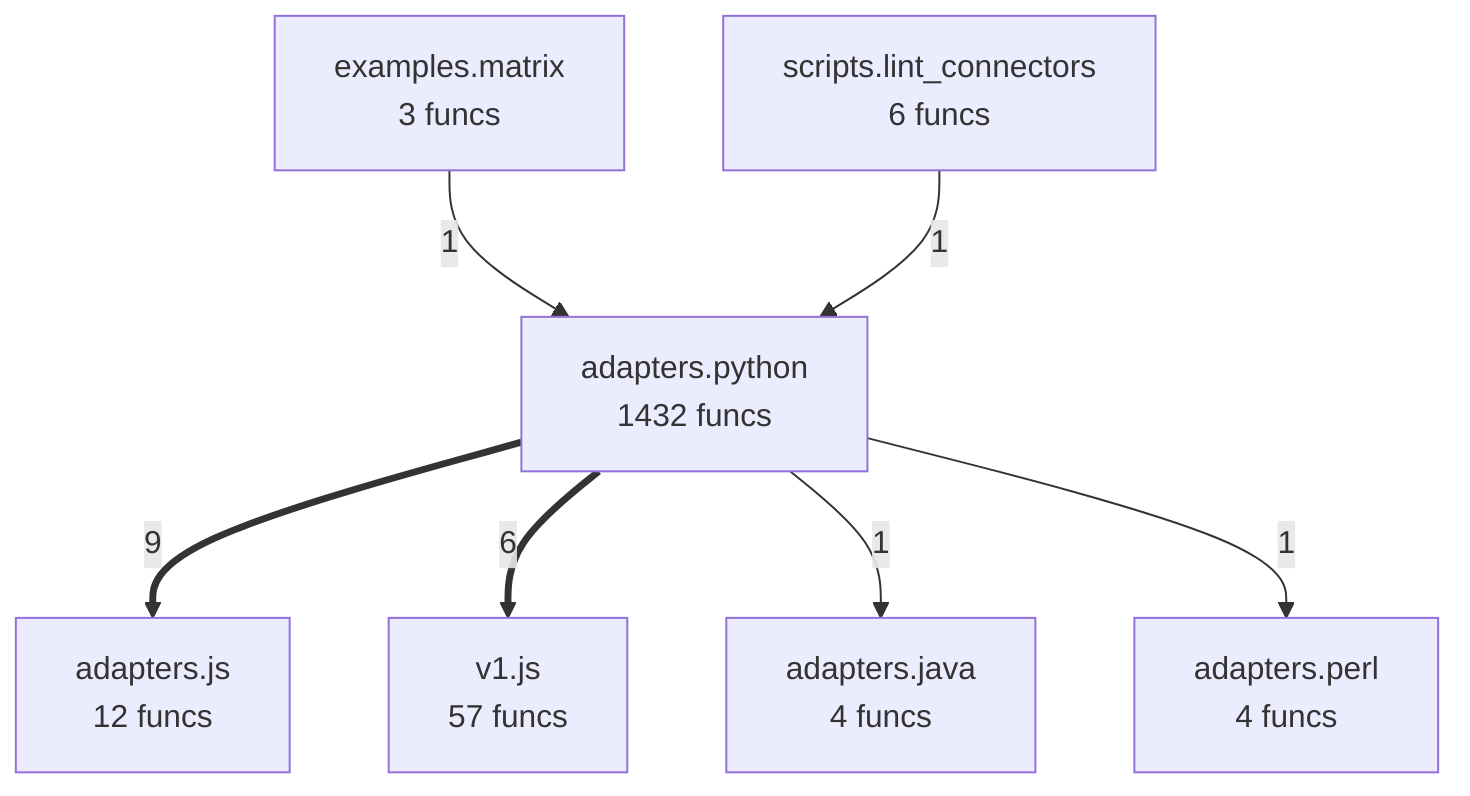
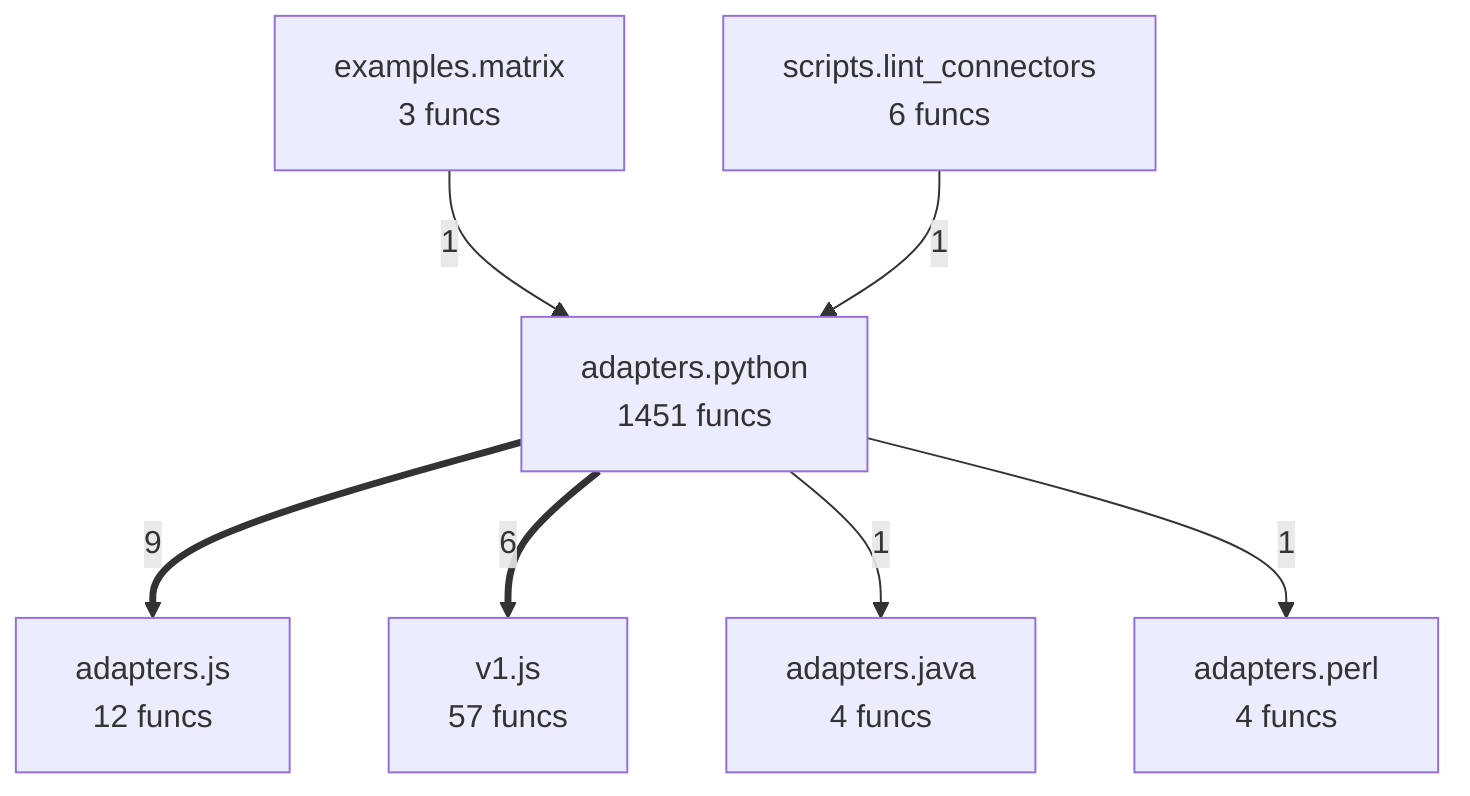
flowchart TD
- %% generated in 0.15s
+ %% generated in 0.04s
    adapters__java["adapters.java<br/>4 funcs"]
    adapters__js["adapters.js<br/>12 funcs"]
    adapters__perl["adapters.perl<br/>4 funcs"]
-     adapters__python["adapters.python<br/>1432 funcs"]
+     adapters__python["adapters.python<br/>1451 funcs"]
    examples__matrix["examples.matrix<br/>3 funcs"]
    scripts__lint_connectors["scripts.lint_connectors<br/>6 funcs"]
    v1__js["v1.js<br/>57 funcs"]
    adapters__python ==>|9| adapters__js
    adapters__python ==>|6| v1__js
    examples__matrix -->|1| adapters__python
    scripts__lint_connectors -->|1| adapters__python
    adapters__python -->|1| adapters__java
    adapters__python -->|1| adapters__perl
